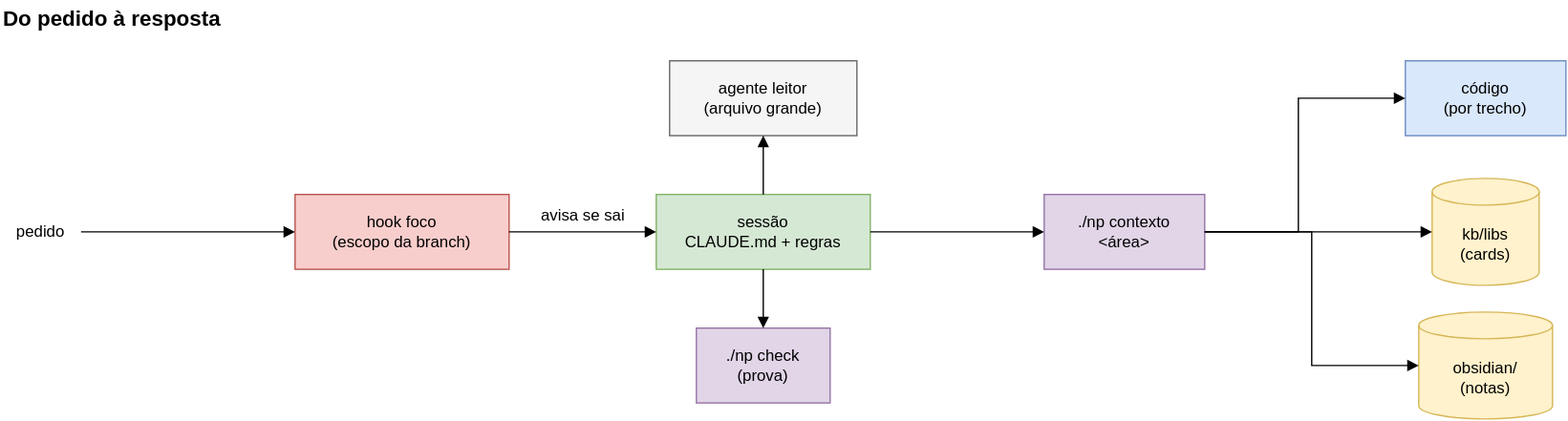
This is ai/obsidian/Workspace de IA/workspace.drawio.svg from LuccaRh/NoteProject, a draw.io export, as it was before one commit. Source tidied: cells renumbered, new cells last; positions are measured from the earlier drawing's top-left corner, leaving out a move shared by most shapes.
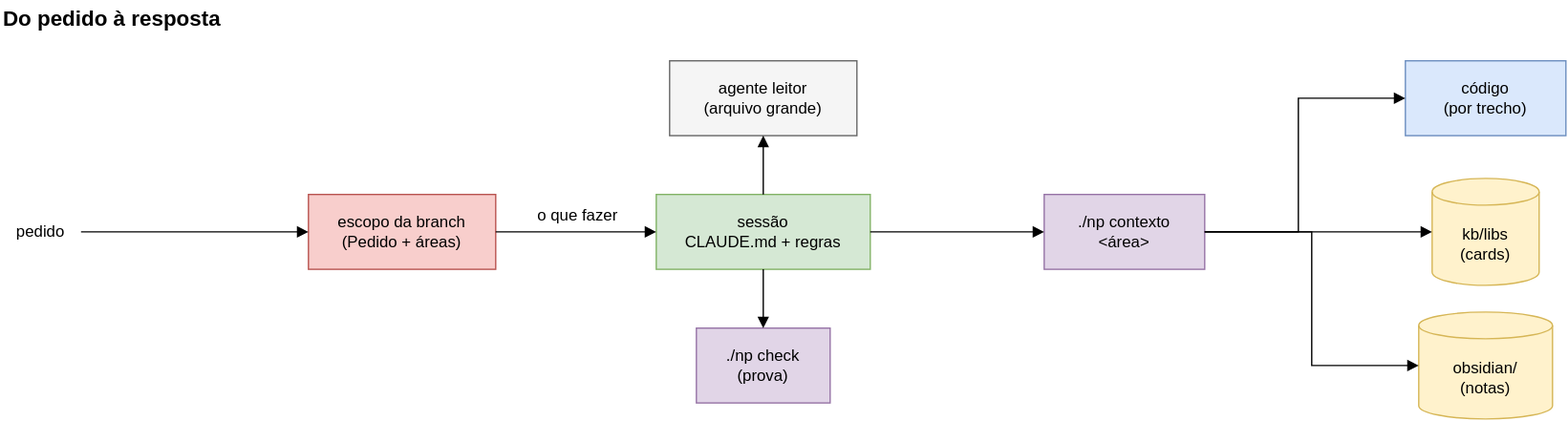
Above is the later version.

Diff of the diagram source:
```diff
@@ -8,9 +8,9 @@
     <mxCell id="3" value="pedido" style="text;html=1;whiteSpace=wrap;fontSize=12;align=center;verticalAlign=middle;" parent="1" vertex="1">
       <mxGeometry y="161" width="60" height="24" as="geometry" />
     </mxCell>
-    <mxCell id="4" value="hook foco&lt;br&gt;(escopo da branch)" style="html=1;whiteSpace=wrap;fontSize=12;rounded=0;fillColor=#f8cecc;strokeColor=#b85450;" parent="1" vertex="1">
-      <mxGeometry x="220" y="145" width="160" height="56" as="geometry" />
-    </mxCell>
+    <mxCell id="21" value="escopo da branch&lt;br&gt;(Pedido + áreas)" style="html=1;whiteSpace=wrap;fontSize=12;rounded=0;fillColor=#f8cecc;strokeColor=#b85450;" parent="1" vertex="1">
+      <mxGeometry x="230" y="145" width="140" height="56" as="geometry" />
+    </mxCell>
     <mxCell id="5" value="sessão&lt;br&gt;CLAUDE.md + regras" style="html=1;whiteSpace=wrap;fontSize=12;rounded=0;fillColor=#d5e8d4;strokeColor=#82b366;" parent="1" vertex="1">
       <mxGeometry x="490" y="145" width="160" height="56" as="geometry" />
     </mxCell>
@@ -35,12 +35,12 @@
     <mxCell id="12" style="html=1;rounded=0;endArrow=block;endFill=1;startArrow=none;" parent="1" edge="1">
       <mxGeometry relative="1" as="geometry">
         <mxPoint x="60" y="173" as="sourcePoint" />
-        <mxPoint x="220" y="173" as="targetPoint" />
+        <mxPoint x="230" y="173" as="targetPoint" />
       </mxGeometry>
     </mxCell>
     <mxCell id="13" style="html=1;rounded=0;endArrow=block;endFill=1;startArrow=none;" parent="1" edge="1">
       <mxGeometry relative="1" as="geometry">
-        <mxPoint x="380" y="173" as="sourcePoint" />
+        <mxPoint x="370" y="173" as="sourcePoint" />
         <mxPoint x="490" y="173" as="targetPoint" />
       </mxGeometry>
     </mxCell>
@@ -88,8 +88,8 @@
         </Array>
       </mxGeometry>
     </mxCell>
-    <mxCell id="20" value="avisa se sai" style="text;html=1;align=center;verticalAlign=middle;fontSize=12;" parent="1" vertex="1">
-      <mxGeometry x="385" y="152" width="100" height="18" as="geometry" />
+    <mxCell id="20" value="o que fazer" style="text;html=1;align=center;verticalAlign=middle;fontSize=12;" parent="1" vertex="1">
+      <mxGeometry x="384" y="152" width="93" height="18" as="geometry" />
     </mxCell>
   </root>
 </mxGraphModel>
```
